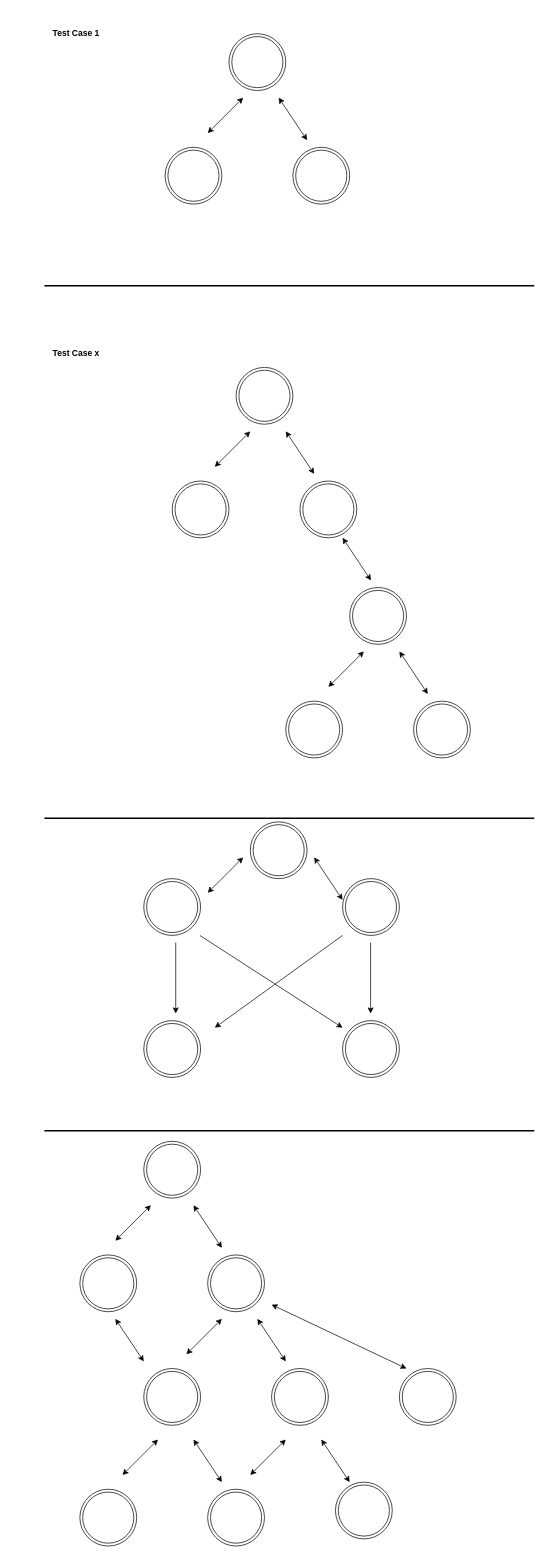
steve-torchia/sandbox keeps this draw.io diagram as GraphTypes.drawio. Above is the earlier version. Source tidied: cells renumbered, new cells numbered last; positions are measured from the earlier drawing's top-left corner, leaving out a move shared by most shapes. Both pictures are drawn from the tidied source at 71%, with x=0, y=0 at pixel (30, 26).
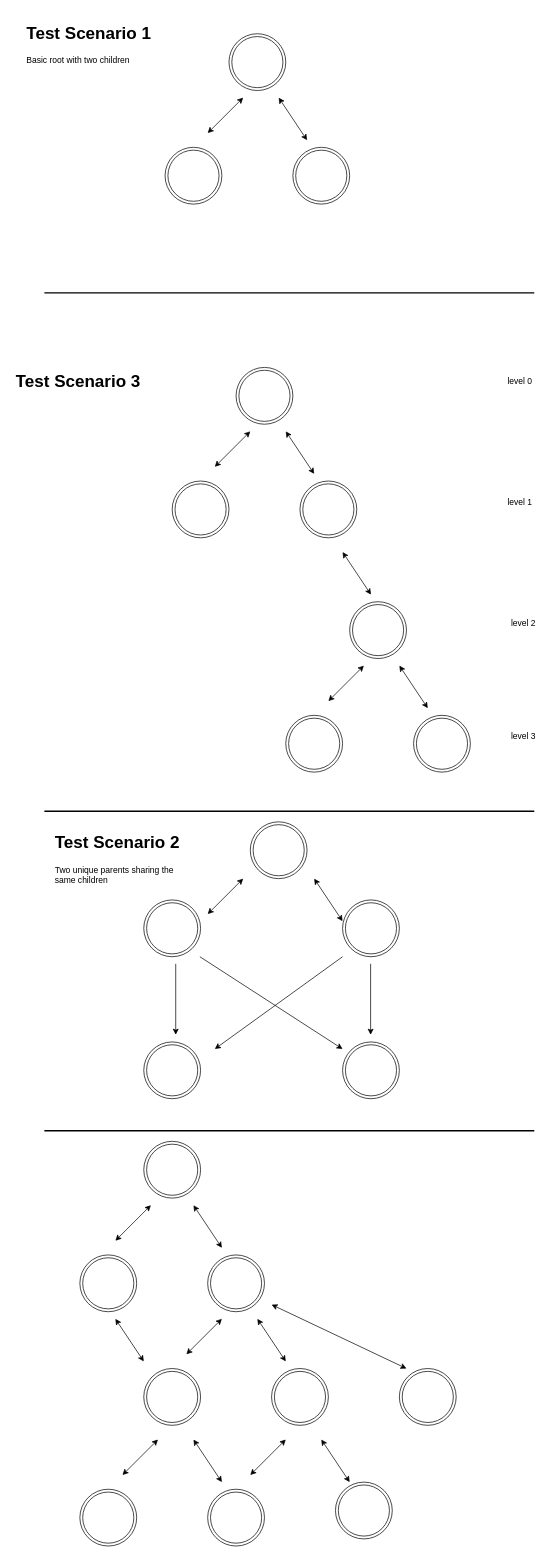
After the change.

The edit, as a diff of the source:
```diff
@@
     <mxCell id="12" style="ellipse;shape=doubleEllipse;whiteSpace=wrap;html=1;" parent="1" vertex="1">
-      <mxGeometry x="450" y="790" width="80" height="80" as="geometry" />
+      <mxGeometry x="450" y="810" width="80" height="80" as="geometry" />
     </mxCell>
     <mxCell id="13" style="ellipse;shape=doubleEllipse;whiteSpace=wrap;html=1;" parent="1" vertex="1">
-      <mxGeometry x="360" y="950" width="80" height="80" as="geometry" />
+      <mxGeometry x="360" y="970" width="80" height="80" as="geometry" />
     </mxCell>
     <mxCell id="14" style="ellipse;shape=doubleEllipse;whiteSpace=wrap;html=1;" parent="1" vertex="1">
-      <mxGeometry x="540" y="950" width="80" height="80" as="geometry" />
+      <mxGeometry x="540" y="970" width="80" height="80" as="geometry" />
     </mxCell>
     <mxCell id="15" style="endArrow=classic;startArrow=classic;html=1;" parent="1" edge="1">
       <mxGeometry relative="1" as="geometry">
-        <mxPoint x="420" y="930" as="sourcePoint" />
-        <mxPoint x="470" y="880" as="targetPoint" />
+        <mxPoint x="420" y="950" as="sourcePoint" />
+        <mxPoint x="470" y="900" as="targetPoint" />
       </mxGeometry>
     </mxCell>
     <mxCell id="16" style="endArrow=classic;startArrow=classic;html=1;" parent="1" edge="1">
       <mxGeometry relative="1" as="geometry">
-        <mxPoint x="560" y="940" as="sourcePoint" />
-        <mxPoint x="520" y="880" as="targetPoint" />
+        <mxPoint x="560" y="960" as="sourcePoint" />
+        <mxPoint x="520" y="900" as="targetPoint" />
       </mxGeometry>
     </mxCell>
     <mxCell id="17" style="endArrow=classic;startArrow=classic;html=1;" parent="1" edge="1">
       <mxGeometry relative="1" as="geometry">
-        <mxPoint x="480" y="780" as="sourcePoint" />
-        <mxPoint x="440" y="720" as="targetPoint" />
+        <mxPoint x="480" y="800" as="sourcePoint" />
+        <mxPoint x="440" y="740" as="targetPoint" />
       </mxGeometry>
     </mxCell>
     <mxCell id="18" style="line;strokeWidth=2;html=1;" parent="1" vertex="1">
-      <mxGeometry x="20" y="360" width="690" height="10" as="geometry" />
+      <mxGeometry x="20" y="370" width="690" height="10" as="geometry" />
     </mxCell>
@@
     <mxCell id="24" style="line;strokeWidth=2;html=1;" parent="1" vertex="1">
-      <mxGeometry x="20" y="1110" width="690" height="10" as="geometry" />
+      <mxGeometry x="20" y="1100" width="690" height="10" as="geometry" />
     </mxCell>
@@
-    <mxCell id="39" style="ellipse;shape=doubleEllipse;whiteSpace=wrap;html=1;" parent="1" vertex="1">
-      <mxGeometry x="160" y="1400" width="80" height="80" as="geometry" />
-    </mxCell>
-    <mxCell id="40" style="ellipse;shape=doubleEllipse;whiteSpace=wrap;html=1;" parent="1" vertex="1">
-      <mxGeometry x="160" y="1200" width="80" height="80" as="geometry" />
-    </mxCell>
-    <mxCell id="41" style="ellipse;shape=doubleEllipse;whiteSpace=wrap;html=1;" parent="1" vertex="1">
-      <mxGeometry x="440" y="1400" width="80" height="80" as="geometry" />
-    </mxCell>
-    <mxCell id="42" style="ellipse;shape=doubleEllipse;whiteSpace=wrap;html=1;" parent="1" vertex="1">
-      <mxGeometry x="440" y="1200" width="80" height="80" as="geometry" />
-    </mxCell>
-    <mxCell id="43" style="endArrow=classic;html=1;" parent="1" edge="1">
-      <mxGeometry relative="1" as="geometry">
-        <mxPoint x="205" y="1290" as="sourcePoint" />
-        <mxPoint x="205" y="1390" as="targetPoint" />
-      </mxGeometry>
-    </mxCell>
-    <mxCell id="44" style="endArrow=classic;html=1;" parent="1" edge="1">
-      <mxGeometry relative="1" as="geometry">
-        <mxPoint x="239" y="1280" as="sourcePoint" />
-        <mxPoint x="440" y="1410" as="targetPoint" />
-      </mxGeometry>
-    </mxCell>
-    <mxCell id="45" style="endArrow=classic;html=1;" parent="1" edge="1">
-      <mxGeometry relative="1" as="geometry">
-        <mxPoint x="440" y="1280" as="sourcePoint" />
-        <mxPoint x="260" y="1410" as="targetPoint" />
-      </mxGeometry>
-    </mxCell>
-    <mxCell id="46" style="endArrow=classic;html=1;" parent="1" edge="1">
-      <mxGeometry relative="1" as="geometry">
-        <mxPoint x="479.5" y="1290" as="sourcePoint" />
-        <mxPoint x="479.5" y="1390" as="targetPoint" />
-      </mxGeometry>
-    </mxCell>
+    <mxCell id="48" style="ellipse;shape=doubleEllipse;whiteSpace=wrap;html=1;" parent="1" vertex="1">
+      <mxGeometry x="310" y="1120" width="80" height="80" as="geometry" />
+    </mxCell>
+    <mxCell id="53" value="&lt;h1&gt;Test Scenario 1&lt;/h1&gt;&lt;p&gt;Basic root with two children&lt;/p&gt;" style="text;html=1;strokeColor=none;fillColor=none;spacing=5;spacingTop=-20;whiteSpace=wrap;overflow=hidden;rounded=0;" parent="1" vertex="1">
+      <mxGeometry x="-10" y="-10" width="190" height="120" as="geometry" />
+    </mxCell>
+    <mxCell id="54" value="&lt;h1&gt;Test Scenario 3&lt;/h1&gt;&lt;p&gt;&lt;br&gt;&lt;/p&gt;" style="text;html=1;strokeColor=none;fillColor=none;spacing=5;spacingTop=-20;whiteSpace=wrap;overflow=hidden;rounded=0;" parent="1" vertex="1">
+      <mxGeometry x="-25" y="480" width="190" height="120" as="geometry" />
+    </mxCell>
+    <mxCell id="55" style="ellipse;shape=doubleEllipse;whiteSpace=wrap;html=1;" parent="1" vertex="1">
+      <mxGeometry x="160" y="1430" width="80" height="80" as="geometry" />
+    </mxCell>
+    <mxCell id="56" style="ellipse;shape=doubleEllipse;whiteSpace=wrap;html=1;" parent="1" vertex="1">
+      <mxGeometry x="160" y="1230" width="80" height="80" as="geometry" />
+    </mxCell>
+    <mxCell id="57" style="ellipse;shape=doubleEllipse;whiteSpace=wrap;html=1;" parent="1" vertex="1">
+      <mxGeometry x="440" y="1430" width="80" height="80" as="geometry" />
+    </mxCell>
+    <mxCell id="58" style="ellipse;shape=doubleEllipse;whiteSpace=wrap;html=1;" parent="1" vertex="1">
+      <mxGeometry x="440" y="1230" width="80" height="80" as="geometry" />
+    </mxCell>
+    <mxCell id="59" style="endArrow=classic;html=1;" parent="1" edge="1">
+      <mxGeometry relative="1" as="geometry">
+        <mxPoint x="205" y="1320" as="sourcePoint" />
+        <mxPoint x="205" y="1420" as="targetPoint" />
+      </mxGeometry>
+    </mxCell>
+    <mxCell id="60" style="endArrow=classic;html=1;" parent="1" edge="1">
+      <mxGeometry relative="1" as="geometry">
+        <mxPoint x="239" y="1310" as="sourcePoint" />
+        <mxPoint x="440" y="1440" as="targetPoint" />
+      </mxGeometry>
+    </mxCell>
+    <mxCell id="61" style="endArrow=classic;html=1;" parent="1" edge="1">
+      <mxGeometry relative="1" as="geometry">
+        <mxPoint x="440" y="1310" as="sourcePoint" />
+        <mxPoint x="260" y="1440" as="targetPoint" />
+      </mxGeometry>
+    </mxCell>
+    <mxCell id="62" style="endArrow=classic;html=1;" parent="1" edge="1">
+      <mxGeometry relative="1" as="geometry">
+        <mxPoint x="479.5" y="1320" as="sourcePoint" />
+        <mxPoint x="479.5" y="1420" as="targetPoint" />
+      </mxGeometry>
+    </mxCell>
@@
-    <mxCell id="48" style="ellipse;shape=doubleEllipse;whiteSpace=wrap;html=1;" parent="1" vertex="1">
-      <mxGeometry x="310" y="1120" width="80" height="80" as="geometry" />
-    </mxCell>
-    <mxCell id="49" style="endArrow=classic;startArrow=classic;html=1;" parent="1" edge="1">
-      <mxGeometry relative="1" as="geometry">
-        <mxPoint x="250" y="1220" as="sourcePoint" />
-        <mxPoint x="300" y="1170" as="targetPoint" />
-      </mxGeometry>
-    </mxCell>
-    <mxCell id="50" style="endArrow=classic;startArrow=classic;html=1;" parent="1" edge="1">
-      <mxGeometry relative="1" as="geometry">
-        <mxPoint x="440" y="1230" as="sourcePoint" />
-        <mxPoint x="400" y="1170" as="targetPoint" />
-      </mxGeometry>
-    </mxCell>
-    <mxCell id="51" value="Test Case 1" style="text;html=1;strokeColor=none;fillColor=none;align=center;verticalAlign=middle;whiteSpace=wrap;rounded=0;fontStyle=1;" parent="1" vertex="1">
-      <mxGeometry width="130" height="20" as="geometry" />
-    </mxCell>
-    <mxCell id="52" value="Test Case x" style="text;html=1;strokeColor=none;fillColor=none;align=center;verticalAlign=middle;whiteSpace=wrap;rounded=0;fontStyle=1;" parent="1" vertex="1">
-      <mxGeometry y="450" width="130" height="20" as="geometry" />
-    </mxCell>
+    <mxCell id="63" style="endArrow=classic;startArrow=classic;html=1;" parent="1" edge="1">
+      <mxGeometry relative="1" as="geometry">
+        <mxPoint x="250" y="1250" as="sourcePoint" />
+        <mxPoint x="300" y="1200" as="targetPoint" />
+      </mxGeometry>
+    </mxCell>
+    <mxCell id="64" style="endArrow=classic;startArrow=classic;html=1;" parent="1" edge="1">
+      <mxGeometry relative="1" as="geometry">
+        <mxPoint x="440" y="1260" as="sourcePoint" />
+        <mxPoint x="400" y="1200" as="targetPoint" />
+      </mxGeometry>
+    </mxCell>
+    <mxCell id="65" value="&lt;h1&gt;Test Scenario 2&lt;/h1&gt;&lt;p&gt;Two unique parents sharing the same children&lt;/p&gt;" style="text;html=1;strokeColor=none;fillColor=none;spacing=5;spacingTop=-20;whiteSpace=wrap;overflow=hidden;rounded=0;" parent="1" vertex="1">
+      <mxGeometry x="30" y="1130" width="190" height="120" as="geometry" />
+    </mxCell>
+    <mxCell id="66" value="level 0" style="text;html=1;strokeColor=none;fillColor=none;align=center;verticalAlign=middle;whiteSpace=wrap;rounded=0;" parent="1" vertex="1">
+      <mxGeometry x="670" y="490" width="40" height="20" as="geometry" />
+    </mxCell>
+    <mxCell id="67" value="level 1" style="text;html=1;strokeColor=none;fillColor=none;align=center;verticalAlign=middle;whiteSpace=wrap;rounded=0;" parent="1" vertex="1">
+      <mxGeometry x="670" y="660" width="40" height="20" as="geometry" />
+    </mxCell>
+    <mxCell id="68" value="level 2" style="text;html=1;strokeColor=none;fillColor=none;align=center;verticalAlign=middle;whiteSpace=wrap;rounded=0;" parent="1" vertex="1">
+      <mxGeometry x="670" y="830" width="50" height="20" as="geometry" />
+    </mxCell>
+    <mxCell id="69" value="level 3" style="text;html=1;strokeColor=none;fillColor=none;align=center;verticalAlign=middle;whiteSpace=wrap;rounded=0;" parent="1" vertex="1">
+      <mxGeometry x="670" y="990" width="50" height="20" as="geometry" />
+    </mxCell>
```
